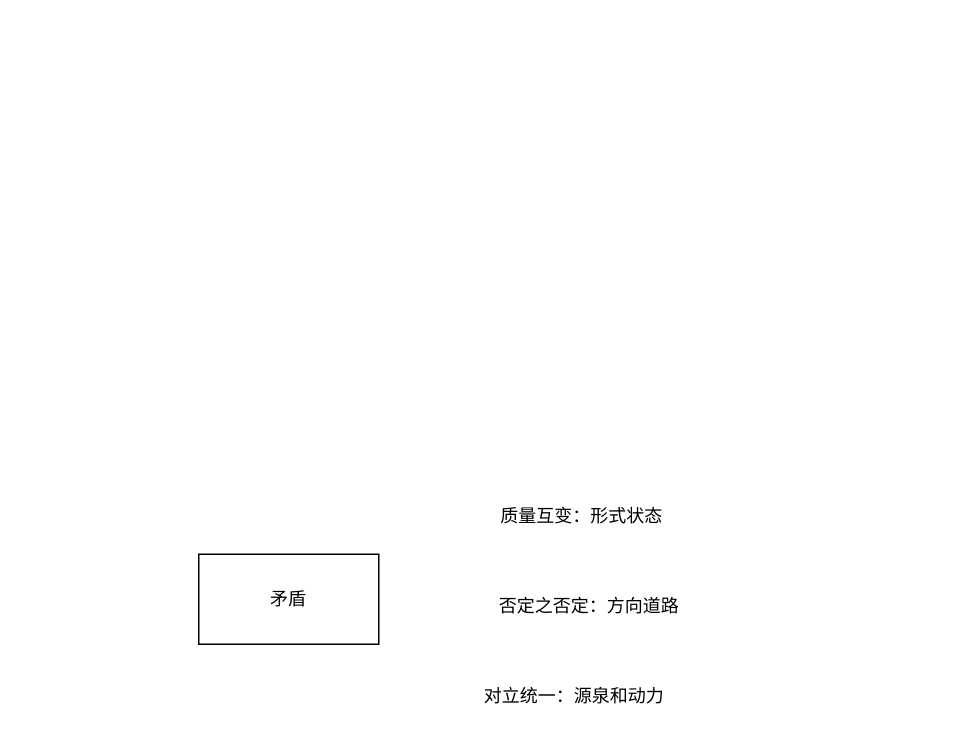
The draw.io diagram 公积.drawio in cguank/-, before the edit. Source tidied: cells renumbered, new cells numbered last; positions are measured from the earlier drawing's top-left corner, leaving out a move shared by most shapes. Both pictures are drawn from the tidied source at 150%, with x=0, y=0 at pixel (198, 494).
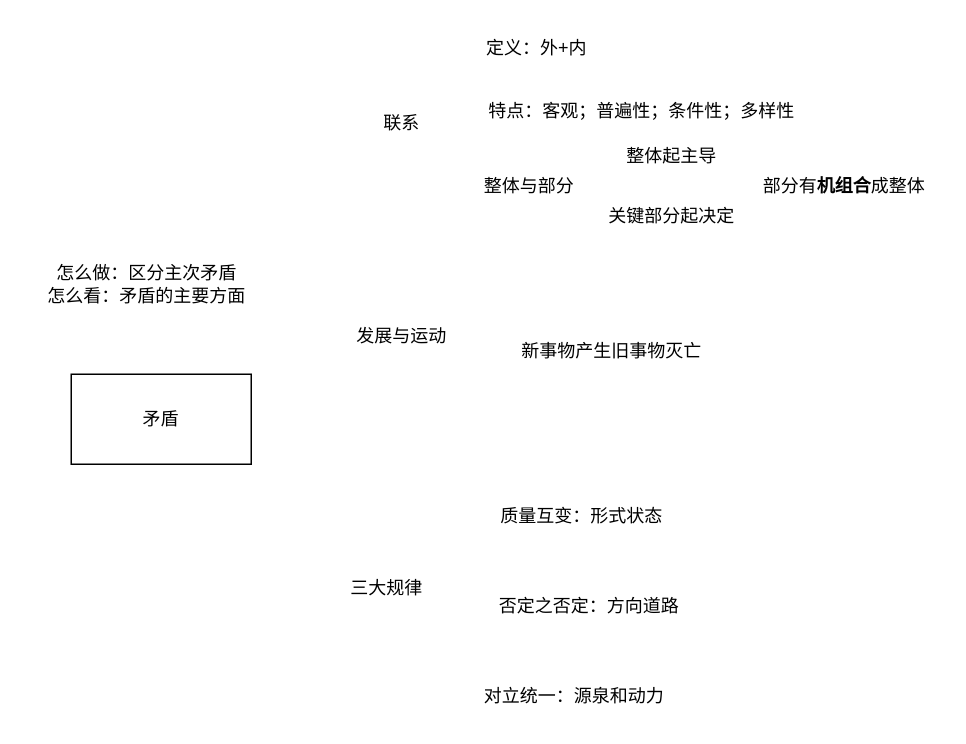
After the change.

What changed in the source:
```diff
@@
 <mxGraphModel>
   <root>
     <mxCell id="0" />
     <mxCell id="1" parent="0" />
     <mxCell id="2" value="矛盾" style="rounded=0;whiteSpace=wrap;html=1;" parent="1" vertex="1">
-      <mxGeometry y="40" width="120" height="60" as="geometry" />
+      <mxGeometry x="-85" y="-80" width="120" height="60" as="geometry" />
     </mxCell>
     <mxCell id="3" value="质量互变：形式状态" style="text;html=1;align=center;verticalAlign=middle;strokeColor=none;fillColor=none;" parent="1" vertex="1">
       <mxGeometry x="190" width="130" height="30" as="geometry" />
     </mxCell>
     <mxCell id="4" value="否定之否定：方向道路" style="text;html=1;align=center;verticalAlign=middle;strokeColor=none;fillColor=none;" parent="1" vertex="1">
       <mxGeometry x="190" y="60" width="140" height="30" as="geometry" />
     </mxCell>
     <mxCell id="5" value="对立统一：源泉和动力" style="text;html=1;align=center;verticalAlign=middle;strokeColor=none;fillColor=none;" parent="1" vertex="1">
       <mxGeometry x="180" y="120" width="140" height="30" as="geometry" />
     </mxCell>
+    <mxCell id="6" value="怎么做：区分主次矛盾&lt;div&gt;怎么看：矛盾的主要方面&lt;/div&gt;" style="text;html=1;align=center;verticalAlign=middle;strokeColor=none;fillColor=none;" parent="1" vertex="1">
+      <mxGeometry x="-115" y="-160" width="160" height="40" as="geometry" />
+    </mxCell>
+    <mxCell id="7" value="联系" style="text;html=1;align=center;verticalAlign=middle;strokeColor=none;fillColor=none;" parent="1" vertex="1">
+      <mxGeometry x="110" y="-262" width="50" height="30" as="geometry" />
+    </mxCell>
+    <mxCell id="8" value="定义：外+内" style="text;html=1;align=center;verticalAlign=middle;strokeColor=none;fillColor=none;" parent="1" vertex="1">
+      <mxGeometry x="180" y="-312" width="90" height="30" as="geometry" />
+    </mxCell>
+    <mxCell id="9" value="特点：客观；普遍性；条件性；多样性" style="text;html=1;align=center;verticalAlign=middle;strokeColor=none;fillColor=none;" parent="1" vertex="1">
+      <mxGeometry x="180" y="-270" width="230" height="30" as="geometry" />
+    </mxCell>
+    <mxCell id="10" value="整体与部分" style="text;html=1;align=center;verticalAlign=middle;strokeColor=none;fillColor=none;" parent="1" vertex="1">
+      <mxGeometry x="180" y="-220" width="80" height="30" as="geometry" />
+    </mxCell>
+    <mxCell id="11" value="整体起主导" style="text;html=1;align=center;verticalAlign=middle;strokeColor=none;fillColor=none;" parent="1" vertex="1">
+      <mxGeometry x="275" y="-240" width="80" height="30" as="geometry" />
+    </mxCell>
+    <mxCell id="12" value="关键部分起决定" style="text;html=1;align=center;verticalAlign=middle;strokeColor=none;fillColor=none;" parent="1" vertex="1">
+      <mxGeometry x="260" y="-200" width="110" height="30" as="geometry" />
+    </mxCell>
+    <mxCell id="13" value="部分有&lt;b&gt;机组合&lt;/b&gt;成整体" style="text;html=1;align=center;verticalAlign=middle;strokeColor=none;fillColor=none;" parent="1" vertex="1">
+      <mxGeometry x="365" y="-220" width="130" height="30" as="geometry" />
+    </mxCell>
+    <mxCell id="14" value="三大规律" style="text;html=1;align=center;verticalAlign=middle;strokeColor=none;fillColor=none;" parent="1" vertex="1">
+      <mxGeometry x="90" y="48" width="70" height="30" as="geometry" />
+    </mxCell>
+    <mxCell id="15" value="发展与运动" style="text;html=1;align=center;verticalAlign=middle;strokeColor=none;fillColor=none;" parent="1" vertex="1">
+      <mxGeometry x="95" y="-120" width="80" height="30" as="geometry" />
+    </mxCell>
+    <mxCell id="16" value="新事物产生旧事物灭亡" style="text;html=1;align=center;verticalAlign=middle;strokeColor=none;fillColor=none;" parent="1" vertex="1">
+      <mxGeometry x="205" y="-110" width="140" height="30" as="geometry" />
+    </mxCell>
   </root>
 </mxGraphModel>
```
